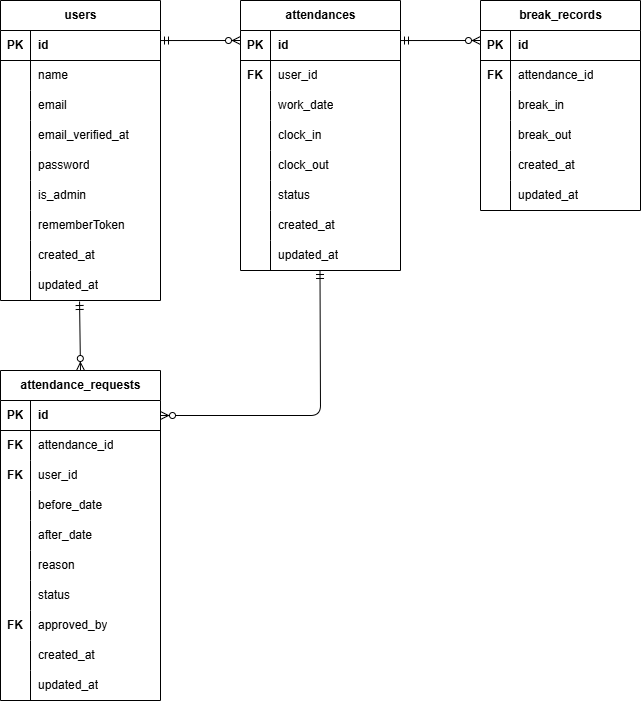
Above: ER.drawio.png in saku-taro/sakuda-mogi-kintaikanri (draw.io), before the change. Source tidied: cells renumbered, new cells last; positions are measured from the earlier drawing's top-left corner, leaving out a move shared by most shapes.
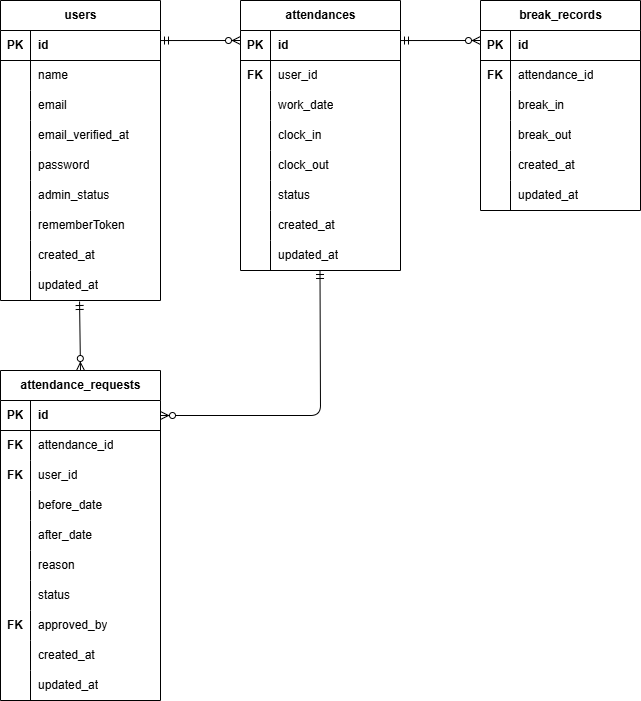
After the change.

What changed in the source:
```diff
@@ -56,7 +56,7 @@
     <mxCell id="19" style="shape=partialRectangle;fillColor=none;top=0;left=0;bottom=0;right=0;overflow=hidden;whiteSpace=wrap;html=1;" parent="18" vertex="1">
       <mxGeometry width="30" height="30" as="geometry" />
     </mxCell>
-    <mxCell id="20" value="is_admin" style="shape=partialRectangle;fillColor=none;top=0;left=0;bottom=0;right=0;align=left;spacingLeft=6;overflow=hidden;whiteSpace=wrap;html=1;" parent="18" vertex="1">
+    <mxCell id="20" value="admin_status" style="shape=partialRectangle;fillColor=none;top=0;left=0;bottom=0;right=0;align=left;spacingLeft=6;overflow=hidden;whiteSpace=wrap;html=1;" parent="18" vertex="1">
       <mxGeometry x="30" width="130" height="30" as="geometry" />
     </mxCell>
     <mxCell id="21" style="shape=tableRow;horizontal=0;startSize=0;swimlaneHead=0;swimlaneBody=0;fillColor=none;top=0;left=0;right=0;bottom=0;" parent="2" vertex="1">
```
